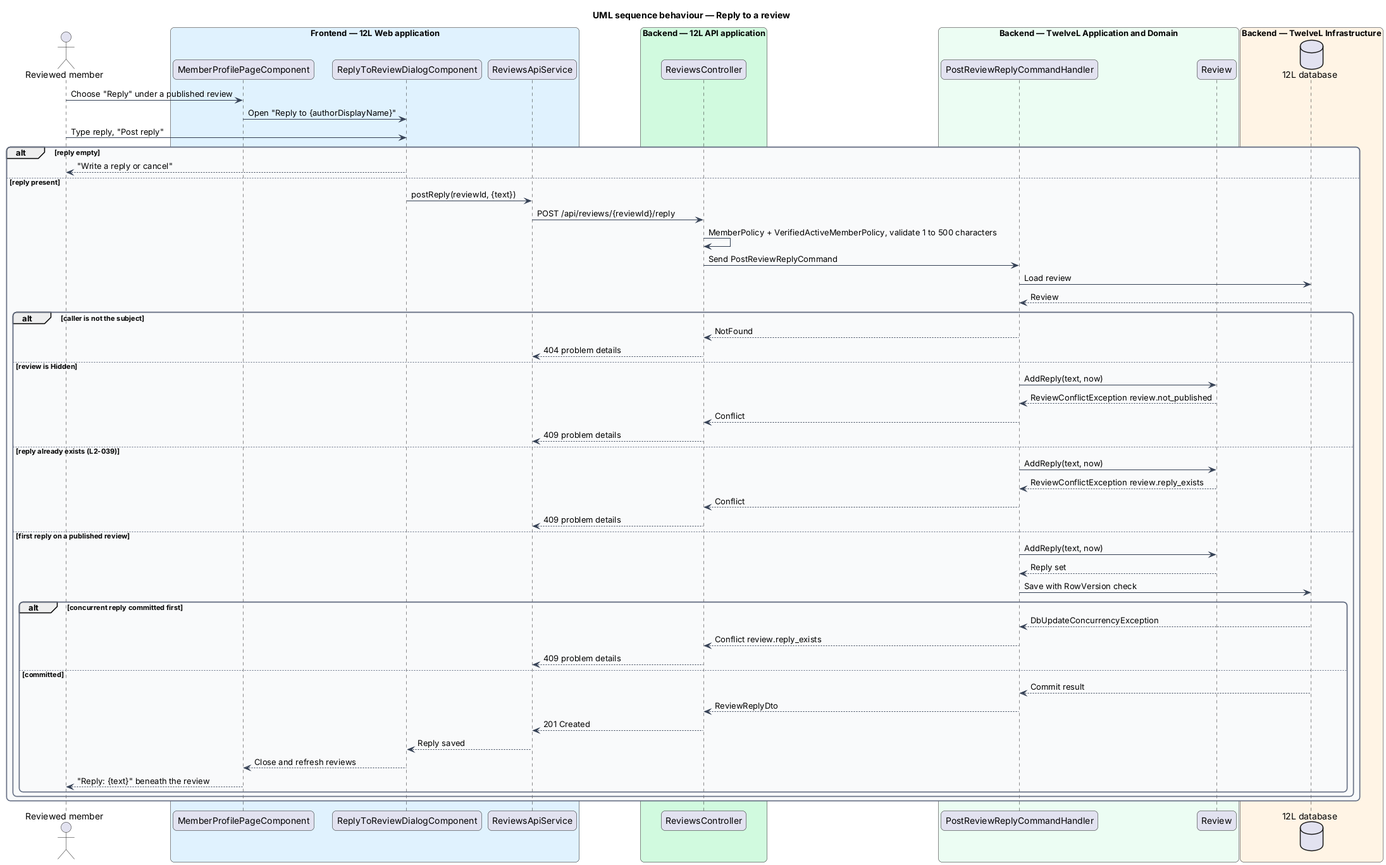
Earlier version of the PlantUML export docs/detailed-designs/reviews/leave-review/diagrams/sequence-reply-to-review.png (QuinntyneBrown/12l).
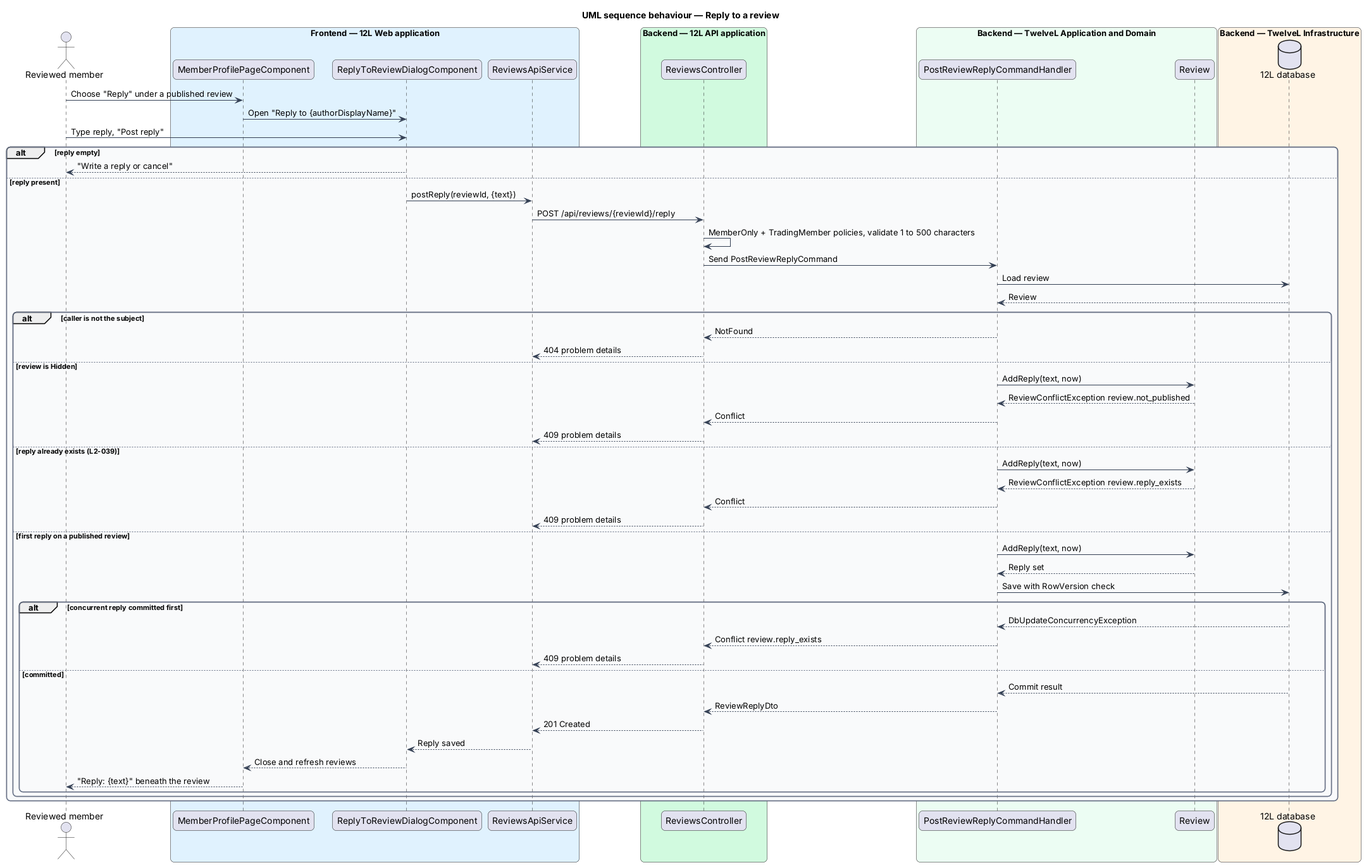
The same diagram one commit later.

Diff of the diagram source:
```diff
@@ -38,7 +38,7 @@
 else reply present
   dialog -> client : postReply(reviewId, {text})
   client -> controller : POST /api/reviews/{reviewId}/reply
-  controller -> controller : MemberPolicy + VerifiedActiveMemberPolicy, validate 1 to 500 characters
+  controller -> controller : MemberOnly + TradingMember policies, validate 1 to 500 characters
   controller -> handler : Send PostReviewReplyCommand
   handler -> db : Load review
   db --> handler : Review
```
